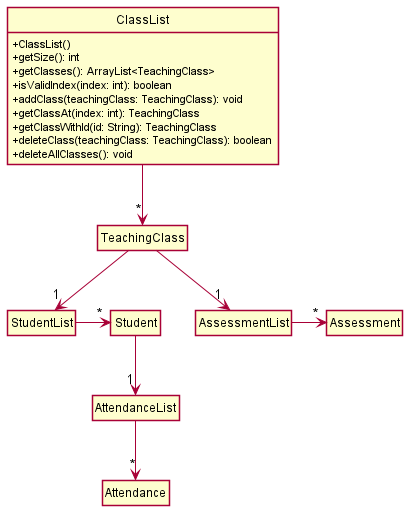
nus-cs2113-AY2122S1/tp keeps this PlantUML diagram as docs/diagrams/class/ClassListClassDiagram.png. Above is the earlier version.
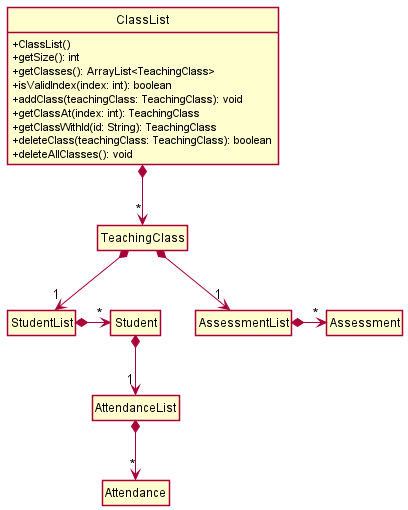
Above is the later version.

Commit message:
Update TaaClassDiagram and ClassListClassDiagram

The edit, as a diff of the source:
```diff
@@ -21,13 +21,12 @@
 class AssessmentList
 class Assessment
 
-ClassList -down-> "*" TeachingClass
-TeachingClass -down-> "1" StudentList
-StudentList -> "*" Student
-Student -down-> "1" AttendanceList
-AttendanceList -down-> "*" Attendance
-TeachingClass -down-> "1" AssessmentList
-
-AssessmentList -> "*" Assessment
+ClassList *-down-> "*" TeachingClass
+TeachingClass *-down-> "1" StudentList
+StudentList *-> "*" Student
+Student *-down-> "1" AttendanceList
+AttendanceList *-down-> "*" Attendance
+TeachingClass *-down-> "1" AssessmentList
+AssessmentList *-> "*" Assessment
 
 @enduml
```
